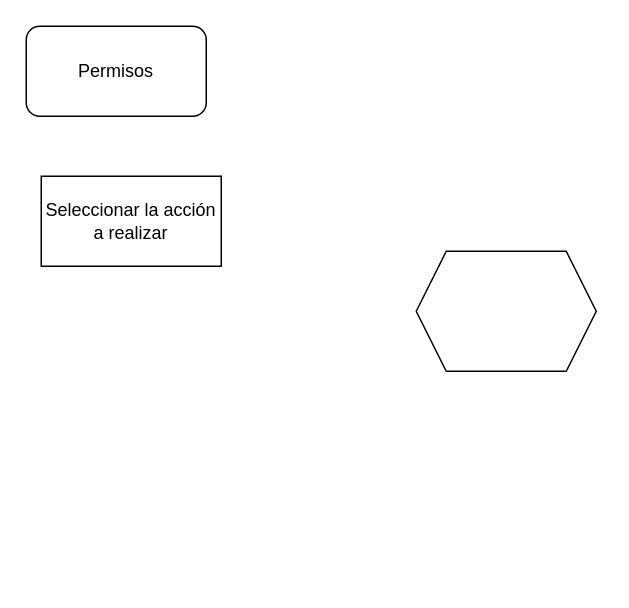
Before: page "Page-2" (2 of 2) of Proyecto.drawio in rrpovando/ProyectoDB, a draw.io diagram. Source tidied: cells renumbered, new cells numbered last; positions are measured from the earlier drawing's top-left corner, leaving out a move shared by most shapes. Both pictures are drawn from the tidied source at 150%, with x=0, y=0 at pixel (26, 26).
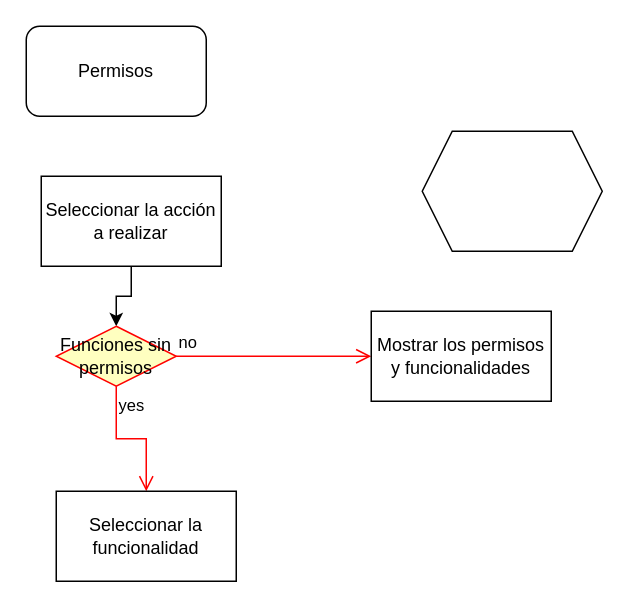
The same diagram, later.

Change to the diagram source:
```diff
@@
 <mxGraphModel>
   <root>
     <mxCell id="0" />
     <mxCell id="1" parent="0" />
     <mxCell id="2" value="Permisos" style="rounded=1;whiteSpace=wrap;html=1;" parent="1" vertex="1">
       <mxGeometry width="120" height="60" as="geometry" />
     </mxCell>
     <mxCell id="3" style="shape=hexagon;perimeter=hexagonPerimeter2;whiteSpace=wrap;html=1;fixedSize=1;" parent="1" vertex="1">
-      <mxGeometry x="260" y="150" width="120" height="80" as="geometry" />
+      <mxGeometry x="264" y="70" width="120" height="80" as="geometry" />
     </mxCell>
+    <mxCell id="5" style="edgeStyle=orthogonalEdgeStyle;rounded=0;jettySize=auto;html=1;" parent="1" edge="1" source="4" target="6">
+      <mxGeometry relative="1" as="geometry" />
+    </mxCell>
     <mxCell id="4" value="Seleccionar la acción a realizar" style="rounded=0;whiteSpace=wrap;html=1;" parent="1" vertex="1">
       <mxGeometry x="10" y="100" width="120" height="60" as="geometry" />
     </mxCell>
+    <mxCell id="6" value="Funciones sin permisos" style="rhombus;whiteSpace=wrap;html=1;fillColor=#ffffc0;strokeColor=#ff0000;" parent="1" vertex="1">
+      <mxGeometry x="20" y="200" width="80" height="40" as="geometry" />
+    </mxCell>
+    <mxCell id="7" value="no" style="edgeStyle=orthogonalEdgeStyle;html=1;align=left;verticalAlign=bottom;endArrow=open;endSize=8;strokeColor=#ff0000;rounded=0;entryX=0;entryY=0.5;entryDx=0;entryDy=0;" parent="1" edge="1" source="6" target="10">
+      <mxGeometry x="-1" relative="1" as="geometry" />
+    </mxCell>
+    <mxCell id="8" value="yes" style="edgeStyle=orthogonalEdgeStyle;html=1;align=left;verticalAlign=top;endArrow=open;endSize=8;strokeColor=#ff0000;rounded=0;entryX=0.5;entryY=0;entryDx=0;entryDy=0;" parent="1" edge="1" source="6" target="9">
+      <mxGeometry x="-1" relative="1" as="geometry" />
+    </mxCell>
+    <mxCell id="9" value="Seleccionar la funcionalidad" style="rounded=0;whiteSpace=wrap;html=1;" parent="1" vertex="1">
+      <mxGeometry x="20" y="310" width="120" height="60" as="geometry" />
+    </mxCell>
+    <mxCell id="10" value="Mostrar los permisos y funcionalidades" style="rounded=0;whiteSpace=wrap;html=1;" parent="1" vertex="1">
+      <mxGeometry x="230" y="190" width="120" height="60" as="geometry" />
+    </mxCell>
   </root>
 </mxGraphModel>
```
